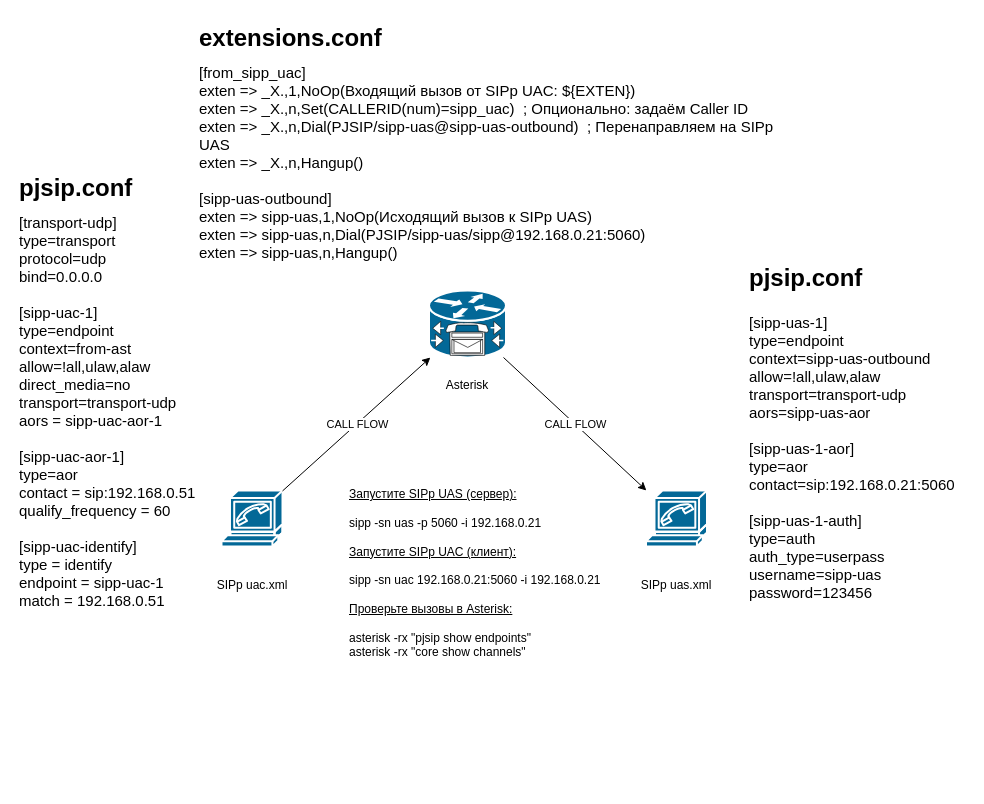
Earlier version of the draw.io diagram LAB1-2xSIPp-1xAsterisk.drawio (sysadminlab/voip). Source tidied: cells renumbered, new cells numbered last; positions are measured from the earlier drawing's top-left corner, leaving out a move shared by most shapes. Both pictures are drawn from the tidied source at 100%, with x=0, y=0 at pixel (17, 17).
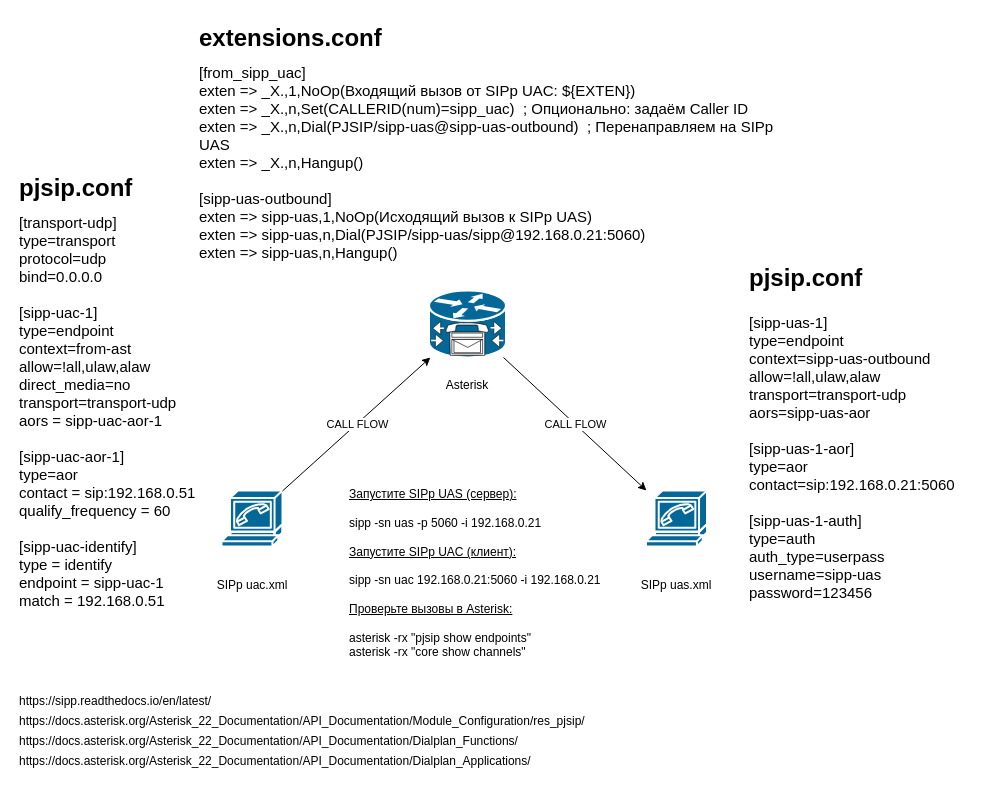
The same diagram, later.

What changed in the source:
```diff
@@
+    <mxCell id="19" value="https://docs.asterisk.org/Asterisk_22_Documentation/API_Documentation/Module_Configuration/res_pjsip/" style="text;whiteSpace=wrap;" parent="1" vertex="1">
+      <mxGeometry y="690" width="650" height="50" as="geometry" />
+    </mxCell>
+    <mxCell id="20" value="https://docs.asterisk.org/Asterisk_22_Documentation/API_Documentation/Dialplan_Functions/" style="text;whiteSpace=wrap;" parent="1" vertex="1">
+      <mxGeometry y="710" width="530" height="40" as="geometry" />
+    </mxCell>
+    <mxCell id="21" value="https://docs.asterisk.org/Asterisk_22_Documentation/API_Documentation/Dialplan_Applications/" style="text;whiteSpace=wrap;" parent="1" vertex="1">
+      <mxGeometry y="730" width="560" height="40" as="geometry" />
+    </mxCell>
+    <mxCell id="22" value="https://sipp.readthedocs.io/en/latest/" style="text;whiteSpace=wrap;" parent="1" vertex="1">
+      <mxGeometry y="670" width="230" height="40" as="geometry" />
+    </mxCell>
```
